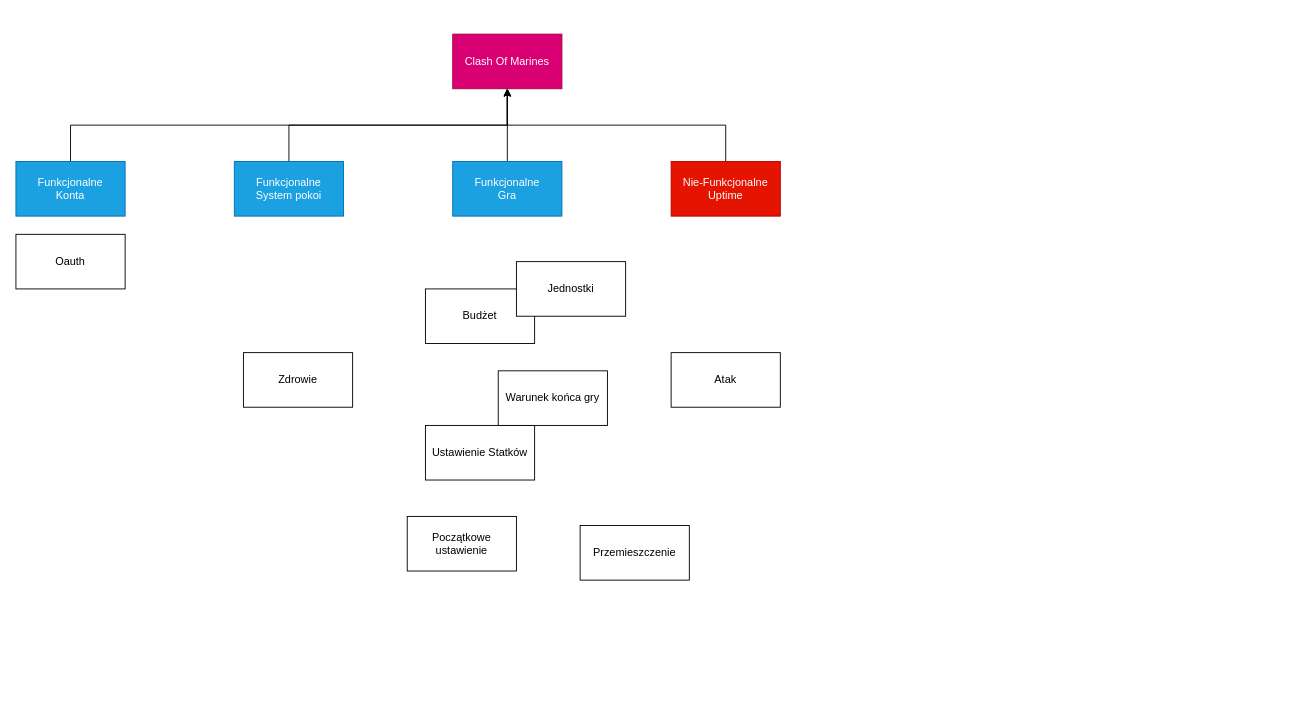
The draw.io diagram req-diag-sysml/Diagram.drawio in Slasherss1/project-io, before the edit. Source tidied: cells renumbered, new cells numbered last; positions are measured from the earlier drawing's top-left corner, leaving out a move shared by most shapes. Both pictures are drawn from the tidied source at 91%, with x=0, y=0 at pixel (15, 34).
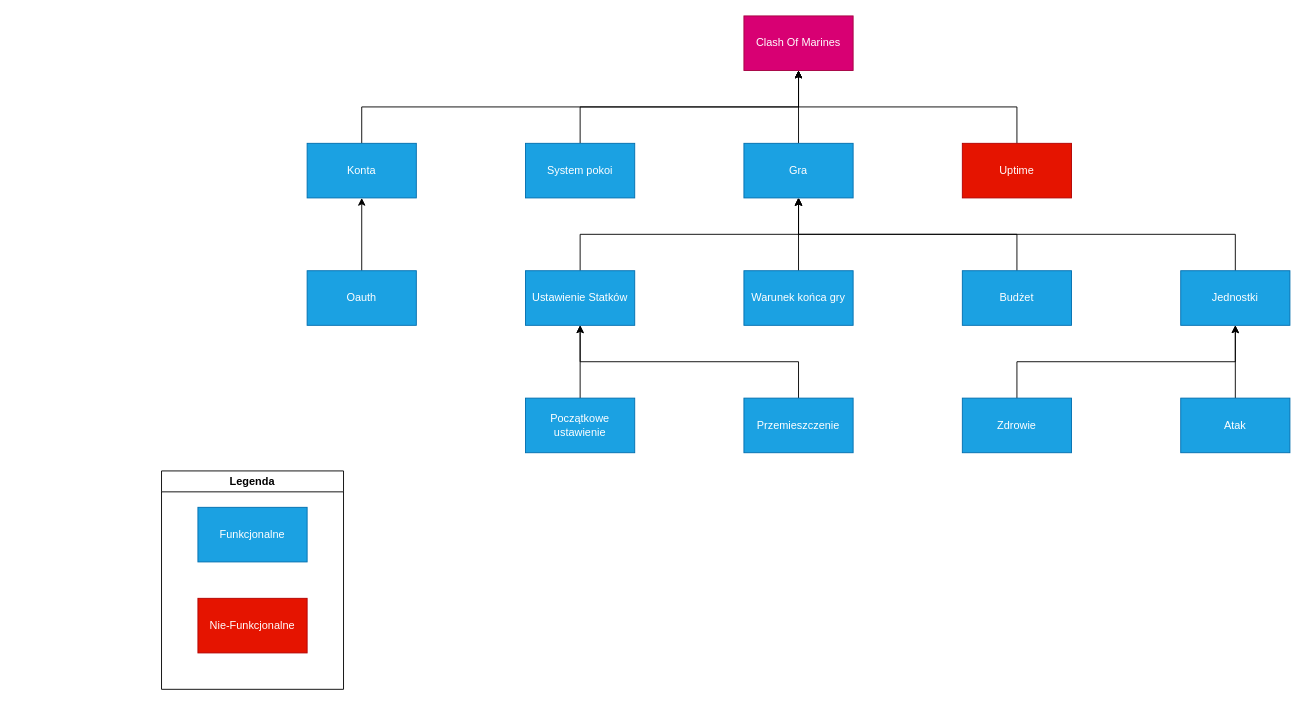
The same diagram, later.

The edit, as a diff of the source:
```diff
@@
     <mxCell id="2" value="&lt;div&gt;Clash Of Marines&lt;/div&gt;" style="rounded=0;whiteSpace=wrap;html=1;fillColor=#d80073;fontColor=#ffffff;strokeColor=#A50040;" parent="1" vertex="1">
-      <mxGeometry x="480" width="120" height="60" as="geometry" />
+      <mxGeometry x="800" y="-20" width="120" height="60" as="geometry" />
     </mxCell>
     <mxCell id="3" value="&lt;div&gt;&lt;br&gt;&lt;/div&gt;" style="edgeStyle=orthogonalEdgeStyle;rounded=0;jettySize=auto;html=1;defaultLabelBackgroundColor=page;entryX=0.5;entryY=1;entryDx=0;entryDy=0;" parent="1" edge="1" source="4" target="2">
       <mxGeometry x="-0.03" relative="1" as="geometry">
         <Array as="points">
-          <mxPoint x="780" y="100" />
-          <mxPoint x="540" y="100" />
+          <mxPoint x="1100" y="80" />
+          <mxPoint x="860" y="80" />
         </Array>
       </mxGeometry>
     </mxCell>
-    <mxCell id="4" value="&lt;div&gt;Nie-Funkcjonalne&lt;/div&gt;&lt;div&gt;Uptime&lt;/div&gt;" style="whiteSpace=wrap;html=1;fillColor=#e51400;fontColor=#ffffff;strokeColor=#B20000;" parent="1" vertex="1">
-      <mxGeometry x="720" y="140" width="120" height="60" as="geometry" />
+    <mxCell id="4" value="&lt;div&gt;Uptime&lt;/div&gt;" style="whiteSpace=wrap;html=1;fillColor=#e51400;fontColor=#ffffff;strokeColor=#B20000;" parent="1" vertex="1">
+      <mxGeometry x="1040" y="120" width="120" height="60" as="geometry" />
     </mxCell>
     <mxCell id="5" style="edgeStyle=orthogonalEdgeStyle;rounded=0;jettySize=auto;html=1;entryX=0.5;entryY=1;entryDx=0;entryDy=0;defaultLabelBackgroundColor=page;" parent="1" edge="1" source="6" target="2">
       <mxGeometry relative="1" as="geometry">
         <Array as="points">
-          <mxPoint x="60" y="100" />
-          <mxPoint x="540" y="100" />
+          <mxPoint x="380" y="80" />
+          <mxPoint x="860" y="80" />
         </Array>
       </mxGeometry>
     </mxCell>
-    <mxCell id="6" value="&lt;div&gt;Funkcjonalne&lt;/div&gt;&lt;div&gt;Konta&lt;/div&gt;" style="whiteSpace=wrap;html=1;fillColor=#1ba1e2;fontColor=#ffffff;strokeColor=#006EAF;" parent="1" vertex="1">
-      <mxGeometry y="140" width="120" height="60" as="geometry" />
+    <mxCell id="6" value="&lt;div&gt;Konta&lt;/div&gt;" style="whiteSpace=wrap;html=1;fillColor=#1ba1e2;fontColor=#ffffff;strokeColor=#006EAF;" parent="1" vertex="1">
+      <mxGeometry x="320" y="120" width="120" height="60" as="geometry" />
     </mxCell>
     <mxCell id="7" style="edgeStyle=orthogonalEdgeStyle;rounded=0;jettySize=auto;html=1;entryX=0.5;entryY=1;entryDx=0;entryDy=0;defaultLabelBackgroundColor=page;" parent="1" edge="1" source="8" target="2">
       <mxGeometry relative="1" as="geometry">
         <Array as="points">
-          <mxPoint x="300" y="100" />
-          <mxPoint x="540" y="100" />
+          <mxPoint x="620" y="80" />
+          <mxPoint x="860" y="80" />
         </Array>
       </mxGeometry>
     </mxCell>
-    <mxCell id="8" value="&lt;div&gt;Funkcjonalne&lt;/div&gt;&lt;div&gt;System pokoi&lt;/div&gt;" style="whiteSpace=wrap;html=1;fillColor=#1ba1e2;fontColor=#ffffff;strokeColor=#006EAF;" parent="1" vertex="1">
-      <mxGeometry x="240" y="140" width="120" height="60" as="geometry" />
+    <mxCell id="8" value="&lt;div&gt;System pokoi&lt;/div&gt;" style="whiteSpace=wrap;html=1;fillColor=#1ba1e2;fontColor=#ffffff;strokeColor=#006EAF;" parent="1" vertex="1">
+      <mxGeometry x="560" y="120" width="120" height="60" as="geometry" />
     </mxCell>
@@
-    <mxCell id="10" value="&lt;div&gt;Funkcjonalne&lt;/div&gt;&lt;div&gt;Gra&lt;/div&gt;" style="rounded=0;whiteSpace=wrap;html=1;fillColor=#1ba1e2;fontColor=#ffffff;strokeColor=#006EAF;" parent="1" vertex="1">
-      <mxGeometry x="480" y="140" width="120" height="60" as="geometry" />
+    <mxCell id="10" value="&lt;div&gt;Gra&lt;/div&gt;" style="rounded=0;whiteSpace=wrap;html=1;fillColor=#1ba1e2;fontColor=#ffffff;strokeColor=#006EAF;" parent="1" vertex="1">
+      <mxGeometry x="800" y="120" width="120" height="60" as="geometry" />
     </mxCell>
+    <mxCell id="20" style="edgeStyle=orthogonalEdgeStyle;rounded=0;jettySize=auto;html=1;entryX=0.5;entryY=1;entryDx=0;entryDy=0;defaultLabelBackgroundColor=page;" parent="1" edge="1" source="11" target="10">
+      <mxGeometry relative="1" as="geometry">
+        <Array as="points">
+          <mxPoint x="1100" y="220" />
+          <mxPoint x="860" y="220" />
+        </Array>
+      </mxGeometry>
+    </mxCell>
-    <mxCell id="11" value="Budżet" style="whiteSpace=wrap;html=1;" parent="1" vertex="1">
-      <mxGeometry x="450" y="280" width="120" height="60" as="geometry" />
+    <mxCell id="11" value="Budżet" style="whiteSpace=wrap;html=1;fillColor=#1ba1e2;fontColor=#ffffff;strokeColor=#006EAF;" parent="1" vertex="1">
+      <mxGeometry x="1040" y="260" width="120" height="60" as="geometry" />
     </mxCell>
+    <mxCell id="21" style="edgeStyle=orthogonalEdgeStyle;rounded=0;jettySize=auto;html=1;entryX=0.5;entryY=1;entryDx=0;entryDy=0;defaultLabelBackgroundColor=page;" parent="1" edge="1" source="12" target="10">
+      <mxGeometry relative="1" as="geometry">
+        <Array as="points">
+          <mxPoint x="620" y="220" />
+          <mxPoint x="860" y="220" />
+        </Array>
+      </mxGeometry>
+    </mxCell>
-    <mxCell id="12" value="Ustawienie Statków" style="whiteSpace=wrap;html=1;" parent="1" vertex="1">
-      <mxGeometry x="450" y="430" width="120" height="60" as="geometry" />
+    <mxCell id="12" value="Ustawienie Statków" style="whiteSpace=wrap;html=1;fillColor=#1ba1e2;fontColor=#ffffff;strokeColor=#006EAF;" parent="1" vertex="1">
+      <mxGeometry x="560" y="260" width="120" height="60" as="geometry" />
     </mxCell>
+    <mxCell id="22" style="edgeStyle=orthogonalEdgeStyle;rounded=0;jettySize=auto;html=1;entryX=0.5;entryY=1;entryDx=0;entryDy=0;defaultLabelBackgroundColor=page;" parent="1" edge="1" source="13" target="12">
+      <mxGeometry relative="1" as="geometry">
+        <Array as="points">
+          <mxPoint x="860" y="360" />
+          <mxPoint x="620" y="360" />
+        </Array>
+      </mxGeometry>
+    </mxCell>
-    <mxCell id="13" value="Przemieszczenie" style="whiteSpace=wrap;html=1;" parent="1" vertex="1">
-      <mxGeometry x="620" y="540" width="120" height="60" as="geometry" />
+    <mxCell id="13" value="Przemieszczenie" style="whiteSpace=wrap;html=1;fillColor=#1ba1e2;fontColor=#ffffff;strokeColor=#006EAF;" parent="1" vertex="1">
+      <mxGeometry x="800" y="400" width="120" height="60" as="geometry" />
     </mxCell>
+    <mxCell id="23" style="edgeStyle=orthogonalEdgeStyle;rounded=0;jettySize=auto;html=1;entryX=0.5;entryY=1;entryDx=0;entryDy=0;defaultLabelBackgroundColor=page;" parent="1" edge="1" source="14" target="12">
+      <mxGeometry relative="1" as="geometry" />
+    </mxCell>
-    <mxCell id="14" value="Początkowe ustawienie" style="whiteSpace=wrap;html=1;" parent="1" vertex="1">
-      <mxGeometry x="430" y="530" width="120" height="60" as="geometry" />
+    <mxCell id="14" value="Początkowe ustawienie" style="whiteSpace=wrap;html=1;fillColor=#1ba1e2;fontColor=#ffffff;strokeColor=#006EAF;" parent="1" vertex="1">
+      <mxGeometry x="560" y="400" width="120" height="60" as="geometry" />
     </mxCell>
+    <mxCell id="24" style="edgeStyle=orthogonalEdgeStyle;rounded=0;jettySize=auto;html=1;entryX=0.5;entryY=1;entryDx=0;entryDy=0;defaultLabelBackgroundColor=page;" parent="1" edge="1" source="15" target="6">
+      <mxGeometry relative="1" as="geometry" />
+    </mxCell>
-    <mxCell id="15" value="&lt;div&gt;Oauth&lt;/div&gt;" style="whiteSpace=wrap;html=1;" parent="1" vertex="1">
-      <mxGeometry y="220" width="120" height="60" as="geometry" />
+    <mxCell id="15" value="&lt;div&gt;Oauth&lt;/div&gt;" style="whiteSpace=wrap;html=1;fillColor=#1ba1e2;fontColor=#ffffff;strokeColor=#006EAF;" parent="1" vertex="1">
+      <mxGeometry x="320" y="260" width="120" height="60" as="geometry" />
     </mxCell>
+    <mxCell id="25" style="edgeStyle=orthogonalEdgeStyle;rounded=0;jettySize=auto;html=1;entryX=0.5;entryY=1;entryDx=0;entryDy=0;defaultLabelBackgroundColor=page;" parent="1" edge="1" source="16" target="17">
+      <mxGeometry relative="1" as="geometry" />
+    </mxCell>
-    <mxCell id="16" value="Atak" style="whiteSpace=wrap;html=1;" parent="1" vertex="1">
-      <mxGeometry x="720" y="350" width="120" height="60" as="geometry" />
+    <mxCell id="16" value="Atak" style="whiteSpace=wrap;html=1;fillColor=#1ba1e2;fontColor=#ffffff;strokeColor=#006EAF;" parent="1" vertex="1">
+      <mxGeometry x="1280" y="400" width="120" height="60" as="geometry" />
     </mxCell>
+    <mxCell id="26" style="edgeStyle=orthogonalEdgeStyle;rounded=0;jettySize=auto;html=1;entryX=0.5;entryY=1;entryDx=0;entryDy=0;defaultLabelBackgroundColor=page;" parent="1" edge="1" source="17" target="10">
+      <mxGeometry x="-0.2" relative="1" as="geometry">
+        <Array as="points">
+          <mxPoint x="1340" y="220" />
+          <mxPoint x="860" y="220" />
+        </Array>
+      </mxGeometry>
+    </mxCell>
-    <mxCell id="17" value="&lt;div&gt;Jednostki&lt;/div&gt;" style="whiteSpace=wrap;html=1;" parent="1" vertex="1">
-      <mxGeometry x="550" y="250" width="120" height="60" as="geometry" />
+    <mxCell id="17" value="&lt;div&gt;Jednostki&lt;/div&gt;" style="whiteSpace=wrap;html=1;fillColor=#1ba1e2;fontColor=#ffffff;strokeColor=#006EAF;" parent="1" vertex="1">
+      <mxGeometry x="1280" y="260" width="120" height="60" as="geometry" />
     </mxCell>
+    <mxCell id="27" style="edgeStyle=orthogonalEdgeStyle;rounded=0;jettySize=auto;html=1;entryX=0.5;entryY=1;entryDx=0;entryDy=0;defaultLabelBackgroundColor=page;" parent="1" edge="1" source="18" target="10">
+      <mxGeometry relative="1" as="geometry" />
+    </mxCell>
-    <mxCell id="18" value="Warunek końca gry" style="whiteSpace=wrap;html=1;" parent="1" vertex="1">
-      <mxGeometry x="530" y="370" width="120" height="60" as="geometry" />
+    <mxCell id="18" value="Warunek końca gry" style="whiteSpace=wrap;html=1;fillColor=#1ba1e2;fontColor=#ffffff;strokeColor=#006EAF;" parent="1" vertex="1">
+      <mxGeometry x="800" y="260" width="120" height="60" as="geometry" />
     </mxCell>
+    <mxCell id="28" style="edgeStyle=orthogonalEdgeStyle;rounded=0;jettySize=auto;html=1;entryX=0.5;entryY=1;entryDx=0;entryDy=0;defaultLabelBackgroundColor=page;" parent="1" edge="1" source="19" target="17">
+      <mxGeometry relative="1" as="geometry">
+        <Array as="points">
+          <mxPoint x="1100" y="360" />
+          <mxPoint x="1340" y="360" />
+        </Array>
+      </mxGeometry>
+    </mxCell>
-    <mxCell id="19" value="Zdrowie" style="whiteSpace=wrap;html=1;" parent="1" vertex="1">
-      <mxGeometry x="250" y="350" width="120" height="60" as="geometry" />
+    <mxCell id="19" value="Zdrowie" style="whiteSpace=wrap;html=1;fillColor=#1ba1e2;fontColor=#ffffff;strokeColor=#006EAF;" parent="1" vertex="1">
+      <mxGeometry x="1040" y="400" width="120" height="60" as="geometry" />
     </mxCell>
+    <mxCell id="29" value="Legenda" style="swimlane;whiteSpace=wrap;html=1;" parent="1" vertex="1">
+      <mxGeometry x="160" y="480" width="200" height="240" as="geometry" />
+    </mxCell>
+    <mxCell id="30" value="Funkcjonalne" style="rounded=0;whiteSpace=wrap;html=1;fillColor=#1ba1e2;fontColor=#ffffff;strokeColor=#006EAF;" parent="29" vertex="1">
+      <mxGeometry x="40" y="40" width="120" height="60" as="geometry" />
+    </mxCell>
+    <mxCell id="31" value="&lt;div&gt;Nie-Funkcjonalne&lt;/div&gt;" style="rounded=0;whiteSpace=wrap;html=1;fillColor=#e51400;fontColor=#ffffff;strokeColor=#B20000;" parent="29" vertex="1">
+      <mxGeometry x="40" y="140" width="120" height="60" as="geometry" />
+    </mxCell>
```
